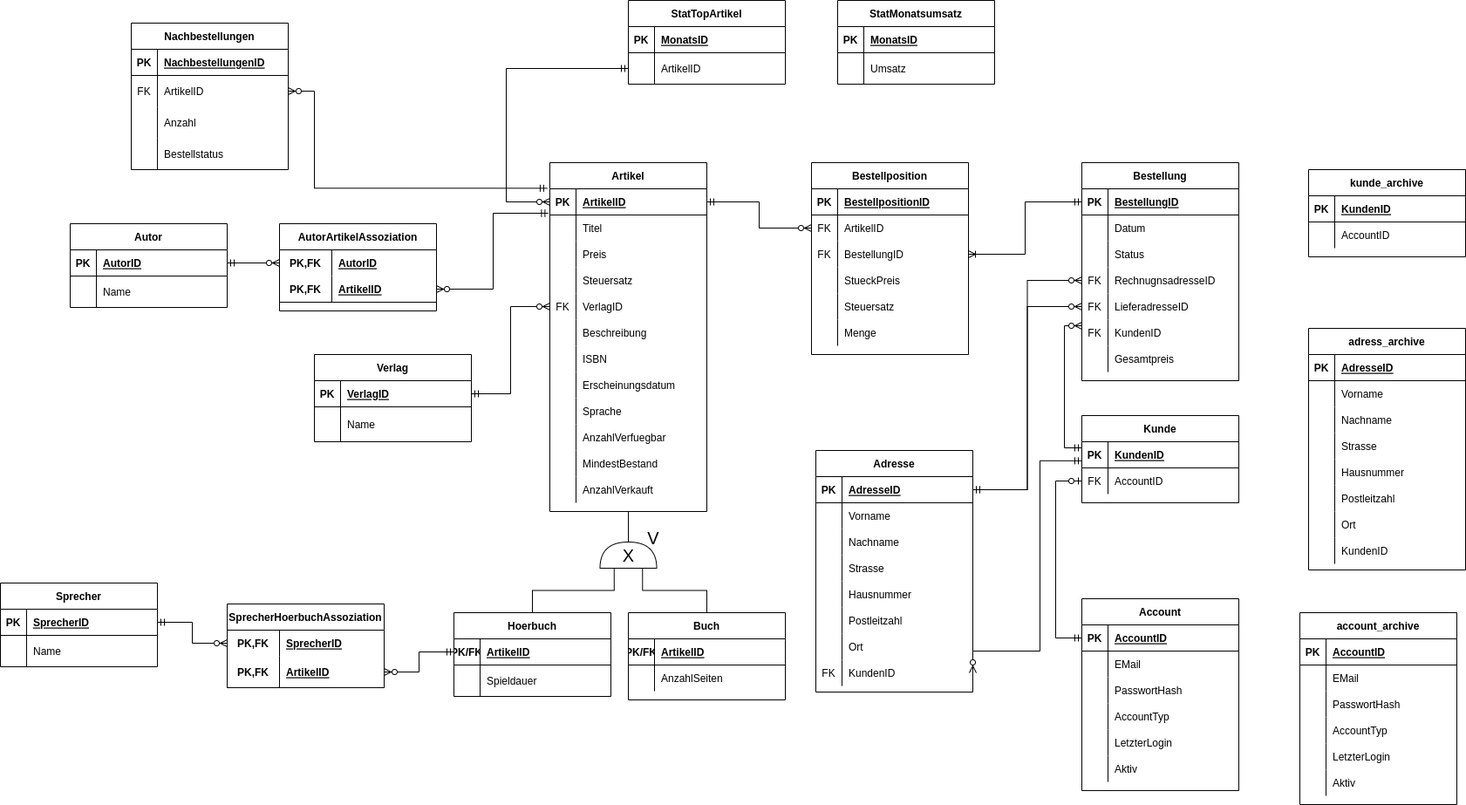
Before: EERD/EERM.png, a diagram exported from draw.io (WalnussMuenze22/db2-buecherwurm). Source tidied: cells renumbered, new cells last; positions are measured from the earlier drawing's top-left corner, leaving out a move shared by most shapes.
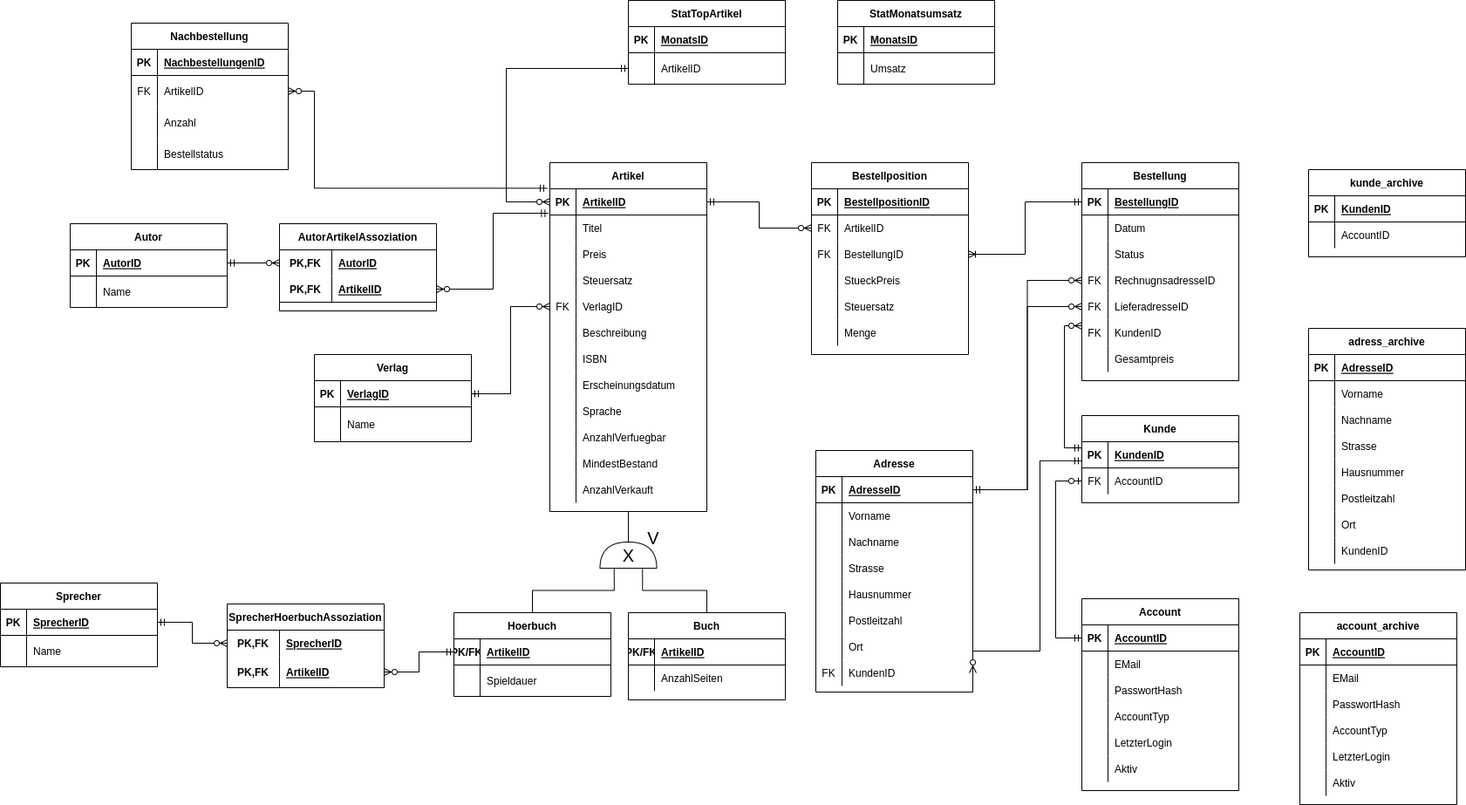
The same diagram one commit later.

Commit message:
EERD angepasst Nachbestellung

Change to the diagram source:
```diff
@@ -631,7 +631,7 @@
     <mxCell id="205" style="edgeStyle=orthogonalEdgeStyle;fontSize=12;html=1;endArrow=ERzeroToMany;startArrow=ERmandOne;rounded=0;exitX=-0.009;exitY=-0.067;exitDx=0;exitDy=0;entryX=1;entryY=0.5;entryDx=0;entryDy=0;exitPerimeter=0;" parent="1" edge="1" source="6" target="201">
       <mxGeometry relative="1" as="geometry" />
     </mxCell>
-    <mxCell id="206" value="Nachbestellungen" style="shape=table;startSize=30;rowLines=0;fontStyle=1;align=center;" parent="1" vertex="1">
+    <mxCell id="206" value="Nachbestellung" style="shape=table;startSize=30;rowLines=0;fontStyle=1;align=center;" parent="1" vertex="1">
       <mxGeometry x="150" y="26" width="180" height="168" as="geometry" />
     </mxCell>
     <mxCell id="207" style="shape=tableRow;horizontal=0;startSize=0;swimlaneHead=0;swimlaneBody=0;fillColor=none;top=0;left=0;right=0;bottom=1;" parent="206" vertex="1">
```
